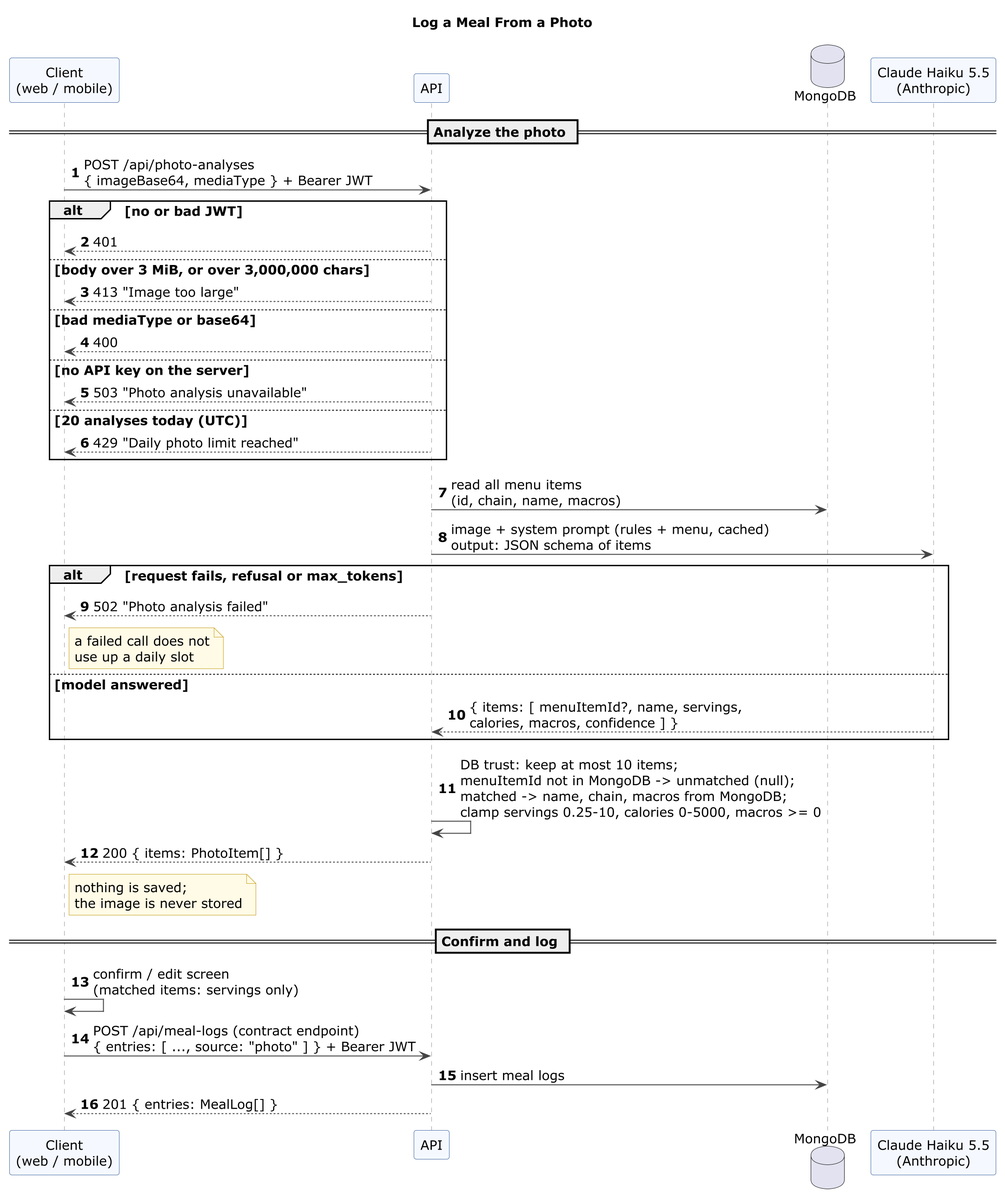
polter-dev/POOSD_large_proj keeps this PlantUML diagram as docs/diagrams/sequence-photo-log.png. Above is the earlier version. Its diagram source:
```plantuml
@startuml sequence-photo-log

skinparam defaultFontName Verdana
scale 2
skinparam defaultFontSize 14
skinparam shadowing false
skinparam ArrowColor #444444
skinparam sequenceLifeLineBorderColor #999999
skinparam sequenceParticipantBackgroundColor #F5F9FF
skinparam sequenceParticipantBorderColor #4A6FA5
skinparam noteBackgroundColor #FFFBE6
skinparam noteBorderColor #C9A227
autonumber

title Log a Meal From a Photo

participant "Client\n(web / mobile)" as Client
participant API
database MongoDB
participant "Claude Haiku 5.5\n(Anthropic)" as Claude

== Analyze the photo ==
Client -> API : POST /api/photo-analyses\n{ imageBase64, mediaType } + Bearer JWT
alt no or bad JWT
  API --> Client : 401
else body over 3 MiB, or over 3,000,000 chars
  API --> Client : 413 "Image too large"
else bad mediaType or base64
  API --> Client : 400
else no API key on the server
  API --> Client : 503 "Photo analysis unavailable"
else 20 analyses today (UTC)
  API --> Client : 429 "Daily photo limit reached"
end
API -> MongoDB : read all menu items\n(id, chain, name, macros)
API -> Claude : image + system prompt (rules + menu, cached)\noutput: JSON schema of items
alt request fails, refusal or max_tokens
  API --> Client : 502 "Photo analysis failed"
  note right of Client : a failed call does not\nuse up a daily slot
else model answered
  Claude --> API : { items: [ menuItemId?, name, servings,\ncalories, macros, confidence ] }
end
API -> API : DB trust: keep at most 10 items;\nmenuItemId not in MongoDB -> unmatched (null);\nmatched -> name, chain, macros from MongoDB;\nclamp servings 0.25-10, calories 0-5000, macros >= 0
API --> Client : 200 { items: PhotoItem[] }
note right of Client : nothing is saved;\nthe image is never stored

== Confirm and log ==
Client -> Client : confirm / edit screen\n(matched items: servings only)
Client -> API : POST /api/meal-logs (contract endpoint)\n{ entries: [ ..., source: "photo" ] } + Bearer JWT
API -> MongoDB : insert meal logs
API --> Client : 201 { entries: MealLog[] }

@enduml
```
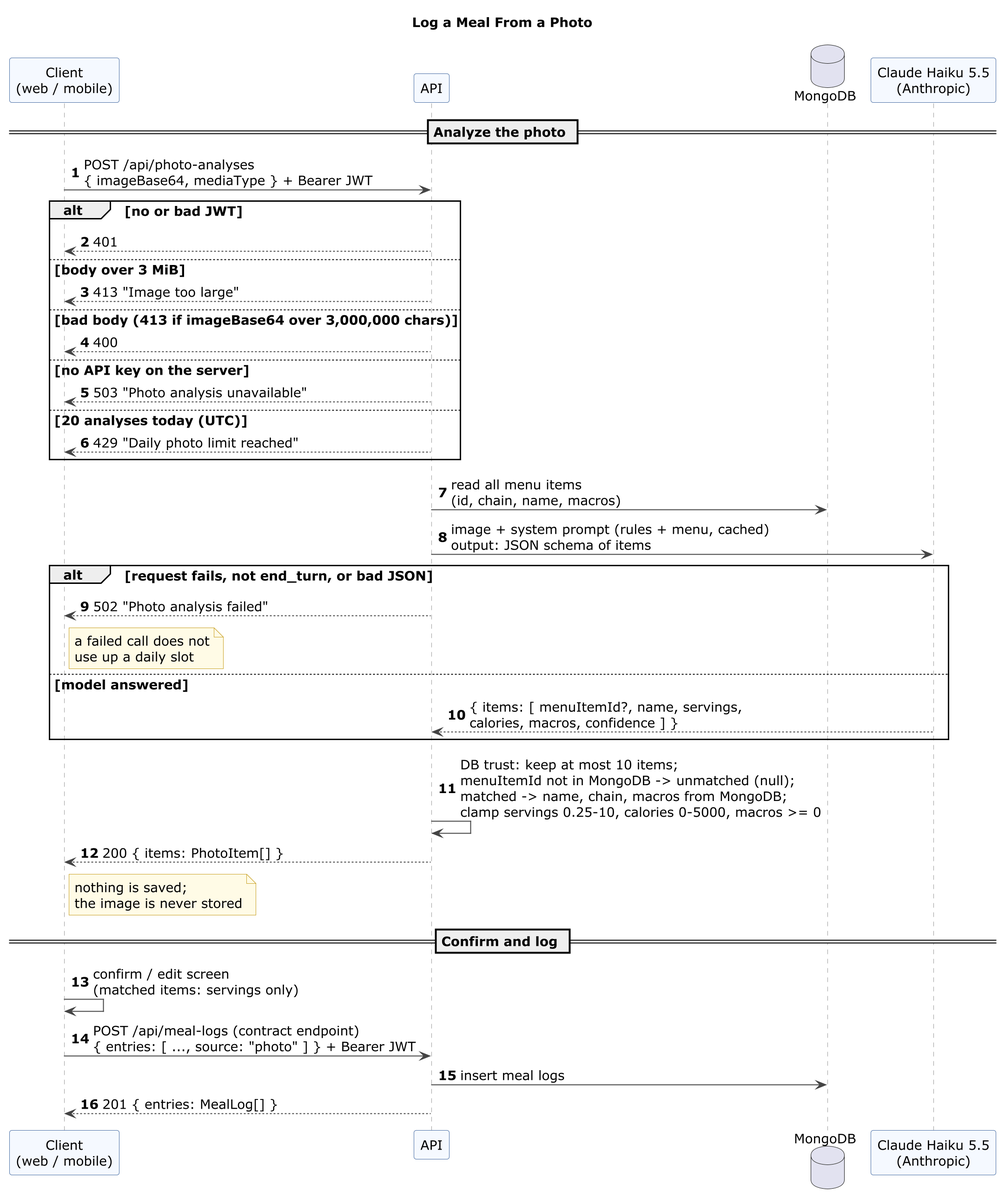
Above is the later version.

Commit message:
UML M6: revert 404 guard, photo 400/413 order and 502 causes, README checklist (#138 review)

Diff of the diagram source:
```diff
@@ -23,9 +23,9 @@
 Client -> API : POST /api/photo-analyses\n{ imageBase64, mediaType } + Bearer JWT
 alt no or bad JWT
   API --> Client : 401
-else body over 3 MiB, or over 3,000,000 chars
+else body over 3 MiB
   API --> Client : 413 "Image too large"
-else bad mediaType or base64
+else bad body (413 if imageBase64 over 3,000,000 chars)
   API --> Client : 400
 else no API key on the server
   API --> Client : 503 "Photo analysis unavailable"
@@ -34,7 +34,7 @@
 end
 API -> MongoDB : read all menu items\n(id, chain, name, macros)
 API -> Claude : image + system prompt (rules + menu, cached)\noutput: JSON schema of items
-alt request fails, refusal or max_tokens
+alt request fails, not end_turn, or bad JSON
   API --> Client : 502 "Photo analysis failed"
   note right of Client : a failed call does not\nuse up a daily slot
 else model answered
```
